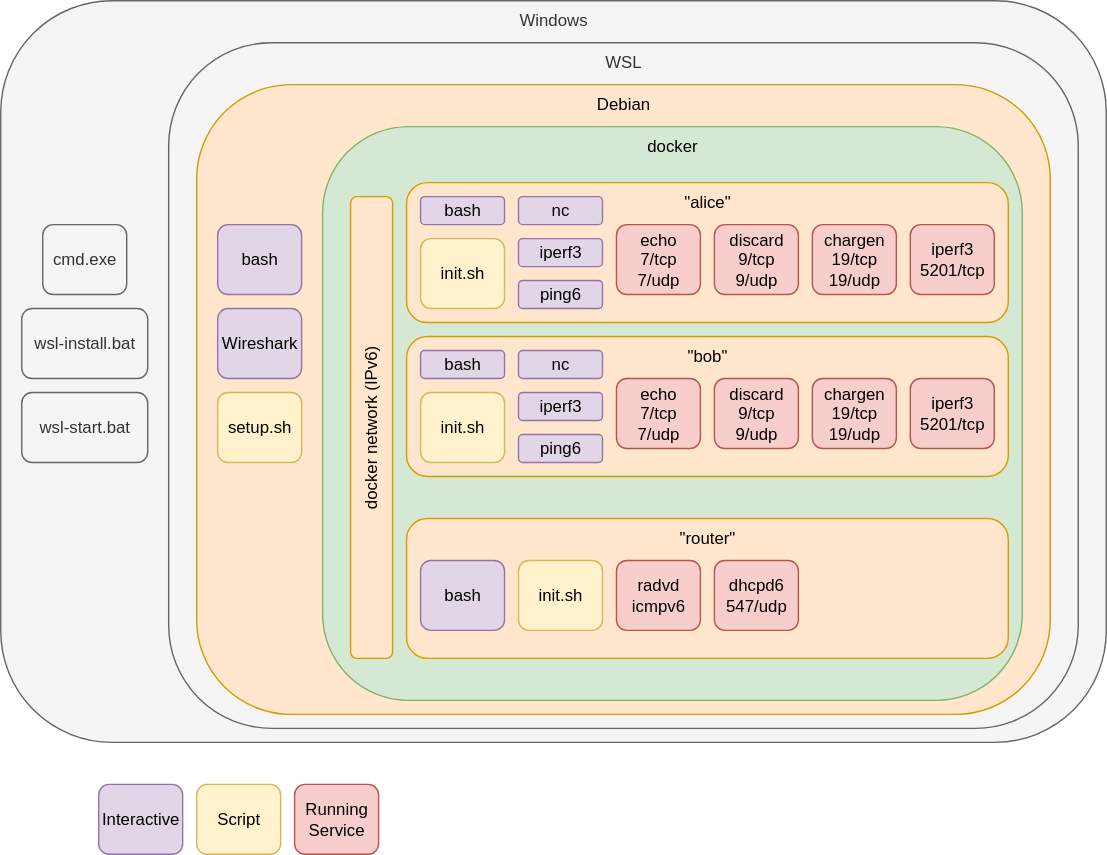
YannikSue/ipv6 keeps this draw.io diagram as images/ipv6_testbed_debian.svg. Above is the earlier version. Source tidied: cells renumbered, new cells last; positions are measured from the earlier drawing's top-left corner, leaving out a move shared by most shapes. Its diagram source:
```xml
<mxGraphModel>
  <root>
    <mxCell id="0" />
    <mxCell id="1" parent="0" />
    <mxCell id="2" value="Windows" style="rounded=1;whiteSpace=wrap;html=1;verticalAlign=top;fillColor=#f5f5f5;strokeColor=#666666;fontColor=#333333;" parent="1" vertex="1">
      <mxGeometry width="790" height="530" as="geometry" />
    </mxCell>
    <mxCell id="3" value="WSL" style="rounded=1;whiteSpace=wrap;html=1;verticalAlign=top;fillColor=#f5f5f5;strokeColor=#666666;fontColor=#333333;" parent="1" vertex="1">
      <mxGeometry x="120" y="30" width="650" height="490" as="geometry" />
    </mxCell>
    <mxCell id="4" value="Debian" style="rounded=1;whiteSpace=wrap;html=1;verticalAlign=top;fillColor=#ffe6cc;strokeColor=#d79b00;fontColor=#000000;" parent="1" vertex="1">
      <mxGeometry x="140" y="60" width="610" height="450" as="geometry" />
    </mxCell>
    <mxCell id="5" value="docker" style="rounded=1;whiteSpace=wrap;html=1;verticalAlign=top;fillColor=#d5e8d4;strokeColor=#82b366;fontColor=#000000;" parent="1" vertex="1">
      <mxGeometry x="230" y="90" width="500" height="410" as="geometry" />
    </mxCell>
    <mxCell id="6" value="&quot;alice&quot;" style="rounded=1;whiteSpace=wrap;html=1;verticalAlign=top;fillColor=#ffe6cc;strokeColor=#d79b00;fontColor=#000000;" parent="1" vertex="1">
      <mxGeometry x="290" y="130" width="430" height="100" as="geometry" />
    </mxCell>
    <mxCell id="7" value="&quot;bob&quot;" style="rounded=1;whiteSpace=wrap;html=1;verticalAlign=top;fillColor=#ffe6cc;strokeColor=#d79b00;fontColor=#000000;" parent="1" vertex="1">
      <mxGeometry x="290" y="240" width="430" height="100" as="geometry" />
    </mxCell>
    <mxCell id="8" value="&quot;router&quot;" style="rounded=1;whiteSpace=wrap;html=1;verticalAlign=top;fillColor=#ffe6cc;strokeColor=#d79b00;fontColor=#000000;" parent="1" vertex="1">
      <mxGeometry x="290" y="370" width="430" height="100" as="geometry" />
    </mxCell>
    <mxCell id="9" value="echo&lt;div&gt;7/tcp&lt;br&gt;&lt;div&gt;7/udp&lt;/div&gt;&lt;/div&gt;" style="rounded=1;whiteSpace=wrap;html=1;verticalAlign=middle;fillColor=#f8cecc;strokeColor=#b85450;fontColor=#000000;" parent="1" vertex="1">
      <mxGeometry x="440" y="160" width="60" height="50" as="geometry" />
    </mxCell>
    <mxCell id="10" value="discard&lt;div&gt;9/tcp&lt;/div&gt;&lt;div&gt;9/udp&lt;/div&gt;" style="rounded=1;whiteSpace=wrap;html=1;verticalAlign=middle;fillColor=#f8cecc;strokeColor=#b85450;fontColor=#000000;" parent="1" vertex="1">
      <mxGeometry x="510" y="160" width="60" height="50" as="geometry" />
    </mxCell>
    <mxCell id="11" value="chargen&lt;div&gt;19/tcp&lt;/div&gt;&lt;div&gt;19/udp&lt;/div&gt;" style="rounded=1;whiteSpace=wrap;html=1;verticalAlign=middle;fillColor=#f8cecc;strokeColor=#b85450;fontColor=#000000;" parent="1" vertex="1">
      <mxGeometry x="580" y="160" width="60" height="50" as="geometry" />
    </mxCell>
    <mxCell id="12" value="iperf3&lt;div&gt;5201/tcp&lt;/div&gt;" style="rounded=1;whiteSpace=wrap;html=1;verticalAlign=middle;fillColor=#f8cecc;strokeColor=#b85450;fontColor=#000000;" parent="1" vertex="1">
      <mxGeometry x="650" y="160" width="60" height="50" as="geometry" />
    </mxCell>
    <mxCell id="13" value="radvd&lt;div&gt;icmpv6&lt;/div&gt;" style="rounded=1;whiteSpace=wrap;html=1;verticalAlign=middle;fillColor=#f8cecc;strokeColor=#b85450;fontColor=#000000;" parent="1" vertex="1">
      <mxGeometry x="440" y="400" width="60" height="50" as="geometry" />
    </mxCell>
    <mxCell id="14" value="bash" style="rounded=1;whiteSpace=wrap;html=1;verticalAlign=middle;fillColor=#e1d5e7;strokeColor=#9673a6;fontColor=#000000;" parent="1" vertex="1">
      <mxGeometry x="155" y="160" width="60" height="50" as="geometry" />
    </mxCell>
    <mxCell id="15" value="Wireshark" style="rounded=1;whiteSpace=wrap;html=1;verticalAlign=middle;fillColor=#e1d5e7;strokeColor=#9673a6;fontColor=#000000;" parent="1" vertex="1">
      <mxGeometry x="155" y="220" width="60" height="50" as="geometry" />
    </mxCell>
    <mxCell id="16" value="cmd.exe" style="rounded=1;whiteSpace=wrap;html=1;verticalAlign=middle;fillColor=#f5f5f5;strokeColor=#666666;fontColor=#333333;" parent="1" vertex="1">
      <mxGeometry x="30" y="160" width="60" height="50" as="geometry" />
    </mxCell>
    <mxCell id="17" value="wsl-install.bat" style="rounded=1;whiteSpace=wrap;html=1;verticalAlign=middle;fillColor=#f5f5f5;strokeColor=#666666;fontColor=#333333;" parent="1" vertex="1">
      <mxGeometry x="15" y="220" width="90" height="50" as="geometry" />
    </mxCell>
    <mxCell id="18" value="wsl-start.bat" style="rounded=1;whiteSpace=wrap;html=1;verticalAlign=middle;fillColor=#f5f5f5;strokeColor=#666666;fontColor=#333333;" parent="1" vertex="1">
      <mxGeometry x="15" y="280" width="90" height="50" as="geometry" />
    </mxCell>
    <mxCell id="19" value="setup.sh" style="rounded=1;whiteSpace=wrap;html=1;verticalAlign=middle;fillColor=#fff2cc;strokeColor=#d6b656;fontColor=#000000;" parent="1" vertex="1">
      <mxGeometry x="155" y="280" width="60" height="50" as="geometry" />
    </mxCell>
    <mxCell id="20" value="init.sh" style="rounded=1;whiteSpace=wrap;html=1;verticalAlign=middle;fillColor=#fff2cc;strokeColor=#d6b656;fontColor=#000000;" parent="1" vertex="1">
      <mxGeometry x="300" y="170" width="60" height="50" as="geometry" />
    </mxCell>
    <mxCell id="21" value="echo&lt;div&gt;7/tcp&lt;/div&gt;&lt;div&gt;7/udp&lt;/div&gt;" style="rounded=1;whiteSpace=wrap;html=1;verticalAlign=middle;fillColor=#f8cecc;strokeColor=#b85450;fontColor=#000000;" parent="1" vertex="1">
      <mxGeometry x="440" y="270" width="60" height="50" as="geometry" />
    </mxCell>
    <mxCell id="22" value="discard&lt;div&gt;9/tcp&lt;/div&gt;&lt;div&gt;9/udp&lt;/div&gt;" style="rounded=1;whiteSpace=wrap;html=1;verticalAlign=middle;fillColor=#f8cecc;strokeColor=#b85450;fontColor=#000000;" parent="1" vertex="1">
      <mxGeometry x="510" y="270" width="60" height="50" as="geometry" />
    </mxCell>
    <mxCell id="23" value="chargen&lt;div&gt;19/tcp&lt;/div&gt;&lt;div&gt;19/udp&lt;/div&gt;" style="rounded=1;whiteSpace=wrap;html=1;verticalAlign=middle;fillColor=#f8cecc;strokeColor=#b85450;fontColor=#000000;" parent="1" vertex="1">
      <mxGeometry x="580" y="270" width="60" height="50" as="geometry" />
    </mxCell>
    <mxCell id="24" value="iperf3&lt;div&gt;5201/tcp&lt;/div&gt;" style="rounded=1;whiteSpace=wrap;html=1;verticalAlign=middle;fillColor=#f8cecc;strokeColor=#b85450;fontColor=#000000;" parent="1" vertex="1">
      <mxGeometry x="650" y="270" width="60" height="50" as="geometry" />
    </mxCell>
    <mxCell id="25" value="init.sh" style="rounded=1;whiteSpace=wrap;html=1;verticalAlign=middle;fillColor=#fff2cc;strokeColor=#d6b656;fontColor=#000000;" parent="1" vertex="1">
      <mxGeometry x="370" y="400" width="60" height="50" as="geometry" />
    </mxCell>
    <mxCell id="26" value="docker network (IPv6)" style="rounded=1;whiteSpace=wrap;html=1;verticalAlign=middle;fillColor=#ffe6cc;strokeColor=#d79b00;rotation=-90;fontColor=#000000;" parent="1" vertex="1">
      <mxGeometry x="100" y="290" width="330" height="30" as="geometry" />
    </mxCell>
    <mxCell id="27" value="bash" style="rounded=1;whiteSpace=wrap;html=1;verticalAlign=middle;fillColor=#e1d5e7;strokeColor=#9673a6;fontColor=#000000;" parent="1" vertex="1">
      <mxGeometry x="300" y="140" width="60" height="20" as="geometry" />
    </mxCell>
    <mxCell id="28" value="bash" style="rounded=1;whiteSpace=wrap;html=1;verticalAlign=middle;fillColor=#e1d5e7;strokeColor=#9673a6;fontColor=#000000;" parent="1" vertex="1">
      <mxGeometry x="300" y="400" width="60" height="50" as="geometry" />
    </mxCell>
    <mxCell id="29" value="Running&lt;div&gt;Service&lt;/div&gt;" style="rounded=1;whiteSpace=wrap;html=1;verticalAlign=middle;fillColor=#f8cecc;strokeColor=#b85450;fontColor=#000000;" parent="1" vertex="1">
      <mxGeometry x="210" y="560" width="60" height="50" as="geometry" />
    </mxCell>
    <mxCell id="30" value="Script" style="rounded=1;whiteSpace=wrap;html=1;verticalAlign=middle;fillColor=#fff2cc;strokeColor=#d6b656;fontColor=#000000;" parent="1" vertex="1">
      <mxGeometry x="140" y="560" width="60" height="50" as="geometry" />
    </mxCell>
    <mxCell id="31" value="Interactive" style="rounded=1;whiteSpace=wrap;html=1;verticalAlign=middle;fillColor=#e1d5e7;strokeColor=#9673a6;fontColor=#000000;" parent="1" vertex="1">
      <mxGeometry x="70" y="560" width="60" height="50" as="geometry" />
    </mxCell>
    <mxCell id="32" value="nc" style="rounded=1;whiteSpace=wrap;html=1;verticalAlign=middle;fillColor=#e1d5e7;strokeColor=#9673a6;fontColor=#000000;" parent="1" vertex="1">
      <mxGeometry x="370" y="140" width="60" height="20" as="geometry" />
    </mxCell>
    <mxCell id="33" value="iperf3" style="rounded=1;whiteSpace=wrap;html=1;verticalAlign=middle;fillColor=#e1d5e7;strokeColor=#9673a6;fontColor=#000000;" parent="1" vertex="1">
      <mxGeometry x="370" y="170" width="60" height="20" as="geometry" />
    </mxCell>
    <mxCell id="34" value="ping6" style="rounded=1;whiteSpace=wrap;html=1;verticalAlign=middle;fillColor=#e1d5e7;strokeColor=#9673a6;fontColor=#000000;" parent="1" vertex="1">
      <mxGeometry x="370" y="200" width="60" height="20" as="geometry" />
    </mxCell>
    <mxCell id="35" value="init.sh" style="rounded=1;whiteSpace=wrap;html=1;verticalAlign=middle;fillColor=#fff2cc;strokeColor=#d6b656;fontColor=#000000;" parent="1" vertex="1">
      <mxGeometry x="300" y="280" width="60" height="50" as="geometry" />
    </mxCell>
    <mxCell id="36" value="bash" style="rounded=1;whiteSpace=wrap;html=1;verticalAlign=middle;fillColor=#e1d5e7;strokeColor=#9673a6;fontColor=#000000;" parent="1" vertex="1">
      <mxGeometry x="300" y="250" width="60" height="20" as="geometry" />
    </mxCell>
    <mxCell id="37" value="nc" style="rounded=1;whiteSpace=wrap;html=1;verticalAlign=middle;fillColor=#e1d5e7;strokeColor=#9673a6;fontColor=#000000;" parent="1" vertex="1">
      <mxGeometry x="370" y="250" width="60" height="20" as="geometry" />
    </mxCell>
    <mxCell id="38" value="iperf3" style="rounded=1;whiteSpace=wrap;html=1;verticalAlign=middle;fillColor=#e1d5e7;strokeColor=#9673a6;fontColor=#000000;" parent="1" vertex="1">
      <mxGeometry x="370" y="280" width="60" height="20" as="geometry" />
    </mxCell>
    <mxCell id="39" value="ping6" style="rounded=1;whiteSpace=wrap;html=1;verticalAlign=middle;fillColor=#e1d5e7;strokeColor=#9673a6;fontColor=#000000;" parent="1" vertex="1">
      <mxGeometry x="370" y="310" width="60" height="20" as="geometry" />
    </mxCell>
    <mxCell id="40" value="dhcpd6&lt;div&gt;547/udp&lt;/div&gt;" style="rounded=1;whiteSpace=wrap;html=1;verticalAlign=middle;fillColor=#f8cecc;strokeColor=#b85450;fontColor=#000000;" parent="1" vertex="1">
      <mxGeometry x="510" y="400" width="60" height="50" as="geometry" />
    </mxCell>
  </root>
</mxGraphModel>
```
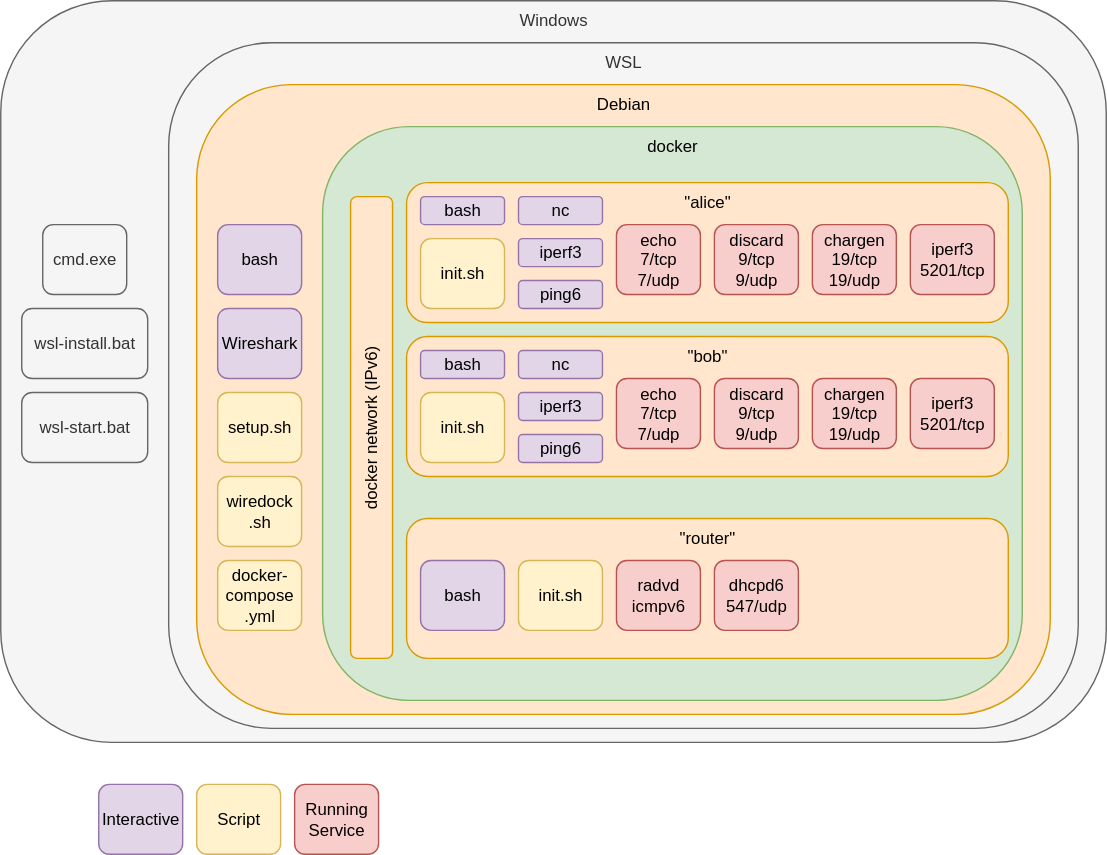
Later version of the same file.

Change to the diagram source:
```diff
@@ -119,5 +119,11 @@
     <mxCell id="40" value="dhcpd6&lt;div&gt;547/udp&lt;/div&gt;" style="rounded=1;whiteSpace=wrap;html=1;verticalAlign=middle;fillColor=#f8cecc;strokeColor=#b85450;fontColor=#000000;" parent="1" vertex="1">
       <mxGeometry x="510" y="400" width="60" height="50" as="geometry" />
     </mxCell>
+    <mxCell id="41" value="&lt;font&gt;docker-&lt;/font&gt;&lt;div&gt;&lt;font&gt;compose&lt;/font&gt;&lt;/div&gt;&lt;div&gt;&lt;font&gt;.yml&lt;/font&gt;&lt;/div&gt;" style="rounded=1;whiteSpace=wrap;html=1;verticalAlign=middle;fillColor=#fff2cc;strokeColor=#d6b656;fontColor=#000000;" parent="1" vertex="1">
+      <mxGeometry x="155" y="400" width="60" height="50" as="geometry" />
+    </mxCell>
+    <mxCell id="42" value="wiredock&lt;div&gt;.sh&lt;/div&gt;" style="rounded=1;whiteSpace=wrap;html=1;verticalAlign=middle;fillColor=#fff2cc;strokeColor=#d6b656;fontColor=#000000;" parent="1" vertex="1">
+      <mxGeometry x="155" y="340" width="60" height="50" as="geometry" />
+    </mxCell>
   </root>
 </mxGraphModel>
```
